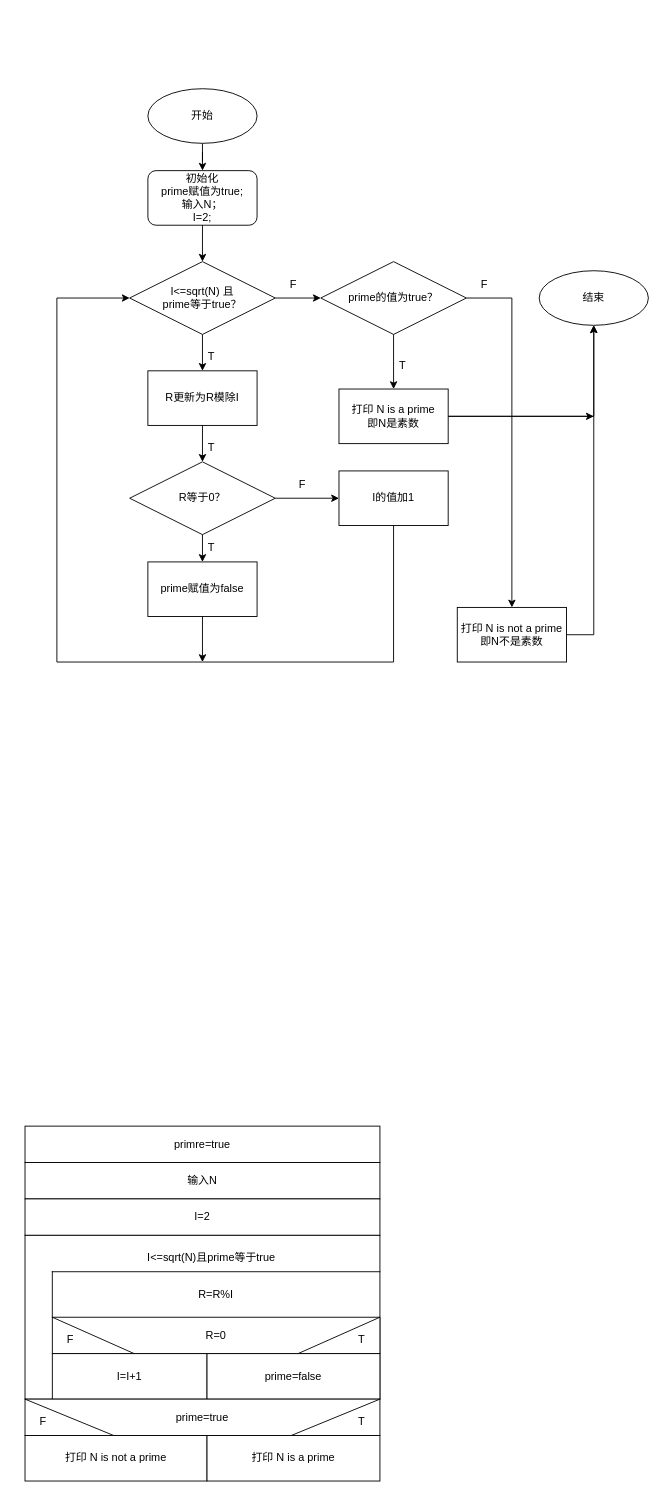
The draw.io diagram 03.drawio in BarnabyAlexandraBaron/magmaRelease, before the edit. Source tidied: cells renumbered, new cells numbered last; positions are measured from the earlier drawing's top-left corner, leaving out a move shared by most shapes. Both pictures are drawn from the tidied source at 91%, with x=0, y=0 at pixel (15, 88).
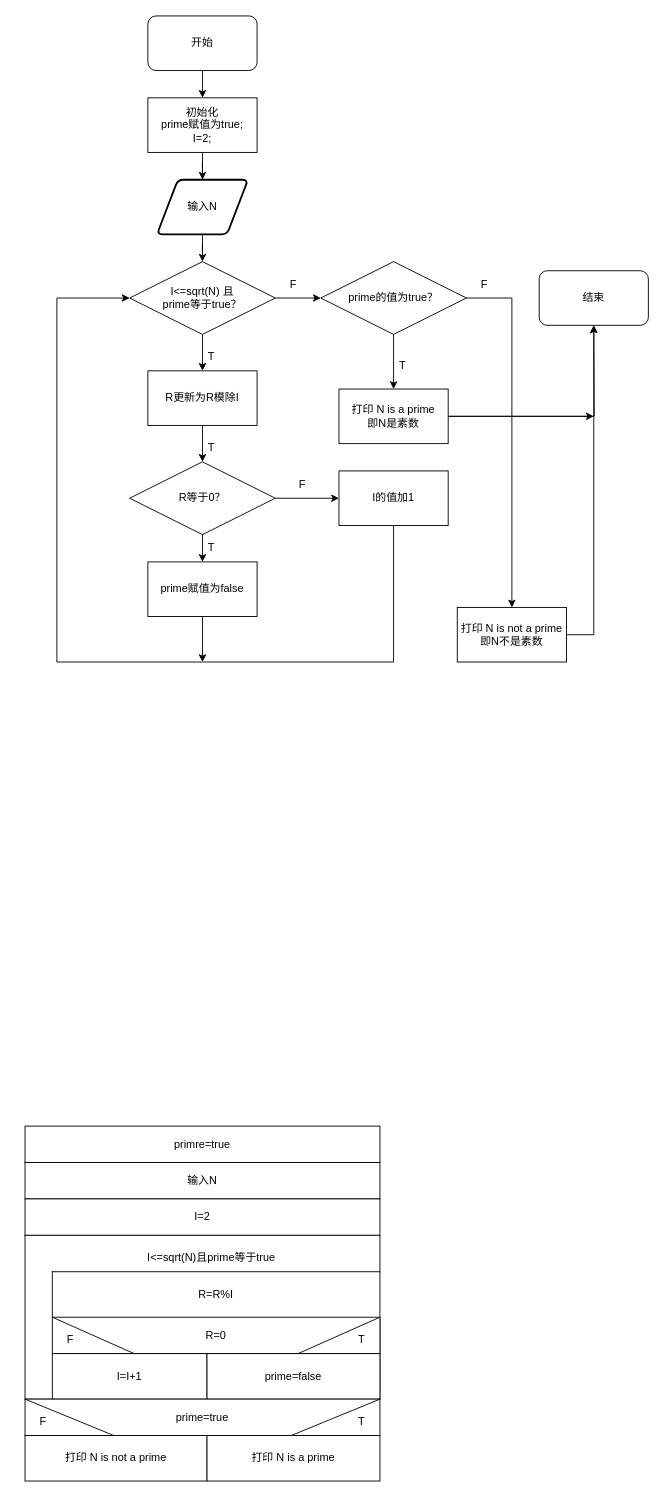
The same diagram, later.

Unchanged cells that the change refers to:
```xml
<mxCell id="3" value="I&amp;lt;=sqrt(N) 且 &lt;br&gt;prime等于true？" style="rhombus;whiteSpace=wrap;html=1;" parent="1" vertex="1">
  <mxGeometry x="125" y="190" width="160" height="80" as="geometry" />
</mxCell>
<mxCell id="22" value="打印 N is a prime&lt;br&gt;即N是素数" style="rounded=0;whiteSpace=wrap;html=1;" parent="1" vertex="1">
  <mxGeometry x="355" y="330" width="120" height="60" as="geometry" />
</mxCell>
<mxCell id="27" value="打印 N is not a prime&lt;br&gt;即N不是素数" style="rounded=0;whiteSpace=wrap;html=1;" parent="1" vertex="1">
  <mxGeometry x="485" y="570" width="120" height="60" as="geometry" />
</mxCell>
```

Diff of the diagram source:
```diff
@@
-    <mxCell id="2" value="初始化&lt;br&gt;prime赋值为true;&lt;br&gt;输入N；&lt;br&gt;I=2;" style="rounded=1;whiteSpace=wrap;html=1;" parent="1" vertex="1">
-      <mxGeometry x="145" y="90" width="120" height="60" as="geometry" />
-    </mxCell>
@@
-    <mxCell id="8" style="endArrow=classic;html=1;rounded=0;exitX=0.5;exitY=1;exitDx=0;exitDy=0;" parent="1" edge="1" source="2" target="3">
-      <mxGeometry relative="1" as="geometry" />
-    </mxCell>
@@
-    <mxCell id="21" style="edgeStyle=orthogonalEdgeStyle;rounded=0;jettySize=auto;html=1;" parent="1" edge="1" source="22" target="52">
-      <mxGeometry relative="1" as="geometry" />
+    <mxCell id="21" style="edgeStyle=orthogonalEdgeStyle;rounded=0;jettySize=auto;html=1;" parent="1" edge="1" source="22">
+      <mxGeometry relative="1" as="geometry">
+        <mxPoint x="635" y="260" as="targetPoint" />
+      </mxGeometry>
     </mxCell>
@@
-    <mxCell id="26" style="edgeStyle=orthogonalEdgeStyle;rounded=0;jettySize=auto;html=1;entryX=0.5;entryY=1;entryDx=0;entryDy=0;" parent="1" edge="1" source="27" target="52">
+    <mxCell id="26" style="edgeStyle=orthogonalEdgeStyle;rounded=0;jettySize=auto;html=1;entryX=0.5;entryY=1;entryDx=0;entryDy=0;" parent="1" edge="1" source="27">
       <mxGeometry relative="1" as="geometry">
+        <mxPoint x="635" y="260" as="targetPoint" />
         <Array as="points">
           <mxPoint x="635" y="600" />
         </Array>
       </mxGeometry>
     </mxCell>
@@
-    <mxCell id="50" style="edgeStyle=orthogonalEdgeStyle;rounded=0;jettySize=auto;html=1;" parent="1" edge="1" source="51" target="2">
-      <mxGeometry relative="1" as="geometry" />
+    <mxCell id="50" style="edgeStyle=orthogonalEdgeStyle;rounded=0;orthogonalLoop=1;jettySize=auto;html=1;" parent="1" edge="1">
+      <mxGeometry relative="1" as="geometry">
+        <mxPoint x="205" y="-20" as="sourcePoint" />
+        <mxPoint x="205" y="10" as="targetPoint" />
+      </mxGeometry>
     </mxCell>
+    <mxCell id="53" style="endArrow=classic;html=1;rounded=0;exitX=1;exitY=0.5;exitDx=0;exitDy=0;" parent="1" edge="1" source="22">
+      <mxGeometry relative="1" as="geometry">
+        <mxPoint x="635" y="360" as="targetPoint" />
+      </mxGeometry>
+    </mxCell>
+    <mxCell id="54" style="edgeStyle=orthogonalEdgeStyle;rounded=0;jettySize=auto;html=1;" parent="1" edge="1" source="55" target="57">
+      <mxGeometry relative="1" as="geometry" />
+    </mxCell>
+    <mxCell id="55" value="初始化&lt;br style=&quot;border-color: var(--border-color);&quot;&gt;prime赋值为true;&lt;br style=&quot;border-color: var(--border-color);&quot;&gt;I=2;" style="rounded=0;whiteSpace=wrap;html=1;" parent="1" vertex="1">
+      <mxGeometry x="145" y="10" width="120" height="60" as="geometry" />
+    </mxCell>
-    <mxCell id="51" value="开始" style="ellipse;whiteSpace=wrap;html=1;" parent="1" vertex="1">
-      <mxGeometry x="145" width="120" height="60" as="geometry" />
+    <mxCell id="51" value="开始" style="rounded=1;whiteSpace=wrap;html=1;" parent="1" vertex="1">
+      <mxGeometry x="145" y="-80" width="120" height="60" as="geometry" />
     </mxCell>
-    <mxCell id="52" value="结束" style="ellipse;whiteSpace=wrap;html=1;" parent="1" vertex="1">
+    <mxCell id="52" value="结束" style="rounded=1;whiteSpace=wrap;html=1;" parent="1" vertex="1">
       <mxGeometry x="575" y="200" width="120" height="60" as="geometry" />
     </mxCell>
-    <mxCell id="53" style="endArrow=classic;html=1;rounded=0;exitX=1;exitY=0.5;exitDx=0;exitDy=0;" parent="1" edge="1" source="22">
-      <mxGeometry relative="1" as="geometry">
-        <mxPoint x="635" y="360" as="targetPoint" />
-      </mxGeometry>
-    </mxCell>
+    <mxCell id="56" style="edgeStyle=orthogonalEdgeStyle;rounded=0;jettySize=auto;html=1;" parent="1" edge="1" source="57" target="3">
+      <mxGeometry relative="1" as="geometry" />
+    </mxCell>
+    <mxCell id="57" value="输入N" style="shape=parallelogram;html=1;strokeWidth=2;perimeter=parallelogramPerimeter;whiteSpace=wrap;rounded=1;arcSize=12;size=0.23;" parent="1" vertex="1">
+      <mxGeometry x="155" y="100" width="100" height="60" as="geometry" />
+    </mxCell>
```
